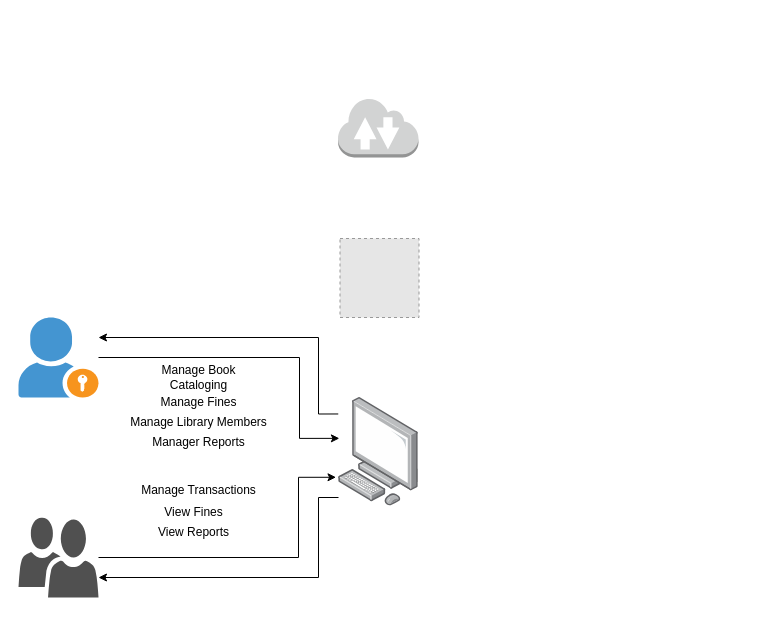
This is op.drawio from Jayrou12345/Flowchart, a draw.io file, before an edit. Source tidied: cells renumbered, new cells numbered last; positions are measured from the earlier drawing's top-left corner, leaving out a move shared by most shapes. Both pictures are drawn from the tidied source at 100%, with x=0, y=0 at pixel (18, 97). Pictures stored in the file or linked from it are replaced by grey dashed boxes.
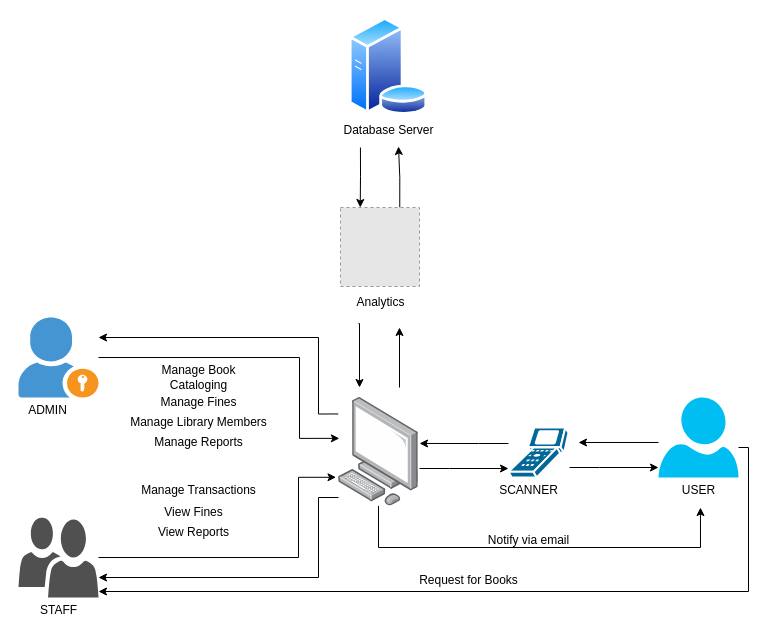
After the change.

The change refers to these unchanged cells:
```xml
<mxCell id="4" style="image;points=[];html=1;align=center;shadow=0;dashed=0;image=img/lib/allied_telesis/computer_and_terminals/Personal_Computer.svg;" parent="1" vertex="1">
  <mxGeometry x="320" y="300" width="80" height="108.4" as="geometry" />
</mxCell>
<mxCell id="11" style="sketch=0;shadow=0;dashed=0;html=1;strokeColor=none;labelPosition=center;verticalLabelPosition=bottom;verticalAlign=top;align=center;fillColor=#505050;shape=mxgraph.mscae.intune.user_group;" parent="1" vertex="1">
  <mxGeometry y="420" width="80" height="80" as="geometry" />
</mxCell>
```

Diff of the diagram source:
```diff
@@
-    <mxCell id="10" value="Manager Reports" style="text;html=1;align=center;verticalAlign=middle;strokeColor=none;fillColor=none;" parent="1" vertex="1">
-      <mxGeometry x="120" y="330" width="120" height="30" as="geometry" />
+    <mxCell id="10" value="Manage Reports" style="text;html=1;align=center;verticalAlign=middle;strokeColor=none;fillColor=none;" parent="1" vertex="1">
+      <mxGeometry x="125" y="330" width="110" height="30" as="geometry" />
     </mxCell>
@@
+    <mxCell id="18" style="edgeStyle=orthogonalEdgeStyle;rounded=0;orthogonalLoop=1;jettySize=auto;html=1;" parent="1" edge="1">
+      <mxGeometry relative="1" as="geometry">
+        <mxPoint x="340" y="226" as="sourcePoint" />
+        <mxPoint x="341" y="290" as="targetPoint" />
+        <Array as="points">
+          <mxPoint x="341" y="226" />
+        </Array>
+      </mxGeometry>
+    </mxCell>
+    <mxCell id="19" style="edgeStyle=orthogonalEdgeStyle;rounded=0;orthogonalLoop=1;jettySize=auto;html=1;exitX=0.75;exitY=1;exitDx=0;exitDy=0;" parent="1" edge="1">
+      <mxGeometry relative="1" as="geometry">
+        <mxPoint x="381" y="290" as="sourcePoint" />
+        <mxPoint x="381" y="230" as="targetPoint" />
+      </mxGeometry>
+    </mxCell>
+    <mxCell id="20" style="edgeStyle=orthogonalEdgeStyle;rounded=0;jettySize=auto;html=1;exitX=0.245;exitY=1.081;exitDx=0;exitDy=0;entryX=0.25;entryY=0;entryDx=0;entryDy=0;exitPerimeter=0;" parent="1" edge="1" source="36" target="16">
+      <mxGeometry relative="1" as="geometry" />
+    </mxCell>
+    <mxCell id="21" style="edgeStyle=orthogonalEdgeStyle;rounded=0;jettySize=auto;html=1;exitX=0.75;exitY=0;exitDx=0;exitDy=0;" parent="1" edge="1" source="16">
+      <mxGeometry relative="1" as="geometry">
+        <mxPoint x="380" y="49" as="targetPoint" />
+      </mxGeometry>
+    </mxCell>
     <mxCell id="16" style="fillColor=#E6E6E6;strokeColor=#999999;dashed=1;html=1;verticalAlign=top;verticalLabelPosition=bottom;labelBackgroundColor=#ffffff;" parent="1" vertex="1">
-      <mxGeometry x="321.5" y="141" width="79" height="79" as="geometry" />
+      <mxGeometry x="322" y="110" width="79" height="79" as="geometry" />
     </mxCell>
-    <mxCell id="17" style="dashed=0;verticalLabelPosition=bottom;verticalAlign=top;align=center;html=1;shape=mxgraph.aws3.internet_2;fillColor=#D2D3D3;gradientColor=none;" parent="1" vertex="1">
-      <mxGeometry x="319.5" width="80.5" height="60" as="geometry" />
-    </mxCell>
+    <mxCell id="22" style="shape=mxgraph.cisco.computers_and_peripherals.scanner;html=1;dashed=0;fillColor=#036897;strokeColor=#ffffff;strokeWidth=2;verticalLabelPosition=bottom;verticalAlign=top;align=center;outlineConnect=0;" parent="1" vertex="1">
+      <mxGeometry x="490" y="330" width="60" height="50" as="geometry" />
+    </mxCell>
+    <mxCell id="23" style="edgeStyle=orthogonalEdgeStyle;rounded=0;orthogonalLoop=1;jettySize=auto;html=1;" parent="1" edge="1">
+      <mxGeometry relative="1" as="geometry">
+        <mxPoint x="640" y="345" as="sourcePoint" />
+        <mxPoint x="560" y="345" as="targetPoint" />
+      </mxGeometry>
+    </mxCell>
+    <mxCell id="24" style="verticalLabelPosition=bottom;html=1;verticalAlign=top;align=center;strokeColor=none;fillColor=#00BEF2;shape=mxgraph.azure.user;" parent="1" vertex="1">
+      <mxGeometry x="640" y="300" width="80" height="80" as="geometry" />
+    </mxCell>
+    <mxCell id="25" value="ADMIN" style="text;html=1;align=center;verticalAlign=middle;strokeColor=none;fillColor=none;" parent="1" vertex="1">
+      <mxGeometry x="-1" y="298" width="60" height="30" as="geometry" />
+    </mxCell>
+    <mxCell id="26" value="STAFF" style="text;html=1;align=center;verticalAlign=middle;strokeColor=none;fillColor=none;" parent="1" vertex="1">
+      <mxGeometry x="10" y="498" width="60" height="30" as="geometry" />
+    </mxCell>
+    <mxCell id="27" value="SCANNER&lt;br&gt;" style="text;html=1;align=center;verticalAlign=middle;strokeColor=none;fillColor=none;" parent="1" vertex="1">
+      <mxGeometry x="470" y="378" width="80" height="30" as="geometry" />
+    </mxCell>
+    <mxCell id="28" value="USER" style="text;html=1;align=center;verticalAlign=middle;points=[];strokeColor=none;fillColor=none;" parent="1" vertex="1">
+      <mxGeometry x="650" y="378" width="60" height="30" as="geometry" />
+    </mxCell>
+    <mxCell id="29" style="edgeStyle=orthogonalEdgeStyle;rounded=0;jettySize=auto;html=1;entryX=1.013;entryY=0.424;entryDx=0;entryDy=0;entryPerimeter=0;" parent="1" edge="1" source="22" target="4">
+      <mxGeometry relative="1" as="geometry">
+        <Array as="points">
+          <mxPoint x="460" y="346" />
+          <mxPoint x="460" y="346" />
+        </Array>
+      </mxGeometry>
+    </mxCell>
+    <mxCell id="30" style="edgeStyle=orthogonalEdgeStyle;rounded=0;orthogonalLoop=1;jettySize=auto;html=1;entryX=1.013;entryY=0.424;entryDx=0;entryDy=0;entryPerimeter=0;" parent="1" edge="1">
+      <mxGeometry relative="1" as="geometry">
+        <mxPoint x="401" y="371" as="sourcePoint" />
+        <mxPoint x="490" y="371" as="targetPoint" />
+        <Array as="points">
+          <mxPoint x="431" y="371" />
+          <mxPoint x="431" y="371" />
+        </Array>
+      </mxGeometry>
+    </mxCell>
+    <mxCell id="31" style="edgeStyle=orthogonalEdgeStyle;rounded=0;orthogonalLoop=1;jettySize=auto;html=1;entryX=1.013;entryY=0.424;entryDx=0;entryDy=0;entryPerimeter=0;" parent="1" edge="1">
+      <mxGeometry relative="1" as="geometry">
+        <mxPoint x="551" y="370" as="sourcePoint" />
+        <mxPoint x="640" y="370" as="targetPoint" />
+        <Array as="points">
+          <mxPoint x="581" y="370" />
+          <mxPoint x="581" y="370" />
+        </Array>
+      </mxGeometry>
+    </mxCell>
+    <mxCell id="32" style="edgeStyle=orthogonalEdgeStyle;rounded=0;jettySize=auto;html=1;entryX=1;entryY=0.925;entryDx=0;entryDy=0;entryPerimeter=0;" parent="1" edge="1" target="11">
+      <mxGeometry relative="1" as="geometry">
+        <mxPoint x="720" y="350" as="sourcePoint" />
+        <Array as="points">
+          <mxPoint x="730" y="494" />
+        </Array>
+      </mxGeometry>
+    </mxCell>
+    <mxCell id="33" value="Request for Books" style="text;html=1;align=center;verticalAlign=middle;strokeColor=none;fillColor=none;" parent="1" vertex="1">
+      <mxGeometry x="390" y="468" width="120" height="30" as="geometry" />
+    </mxCell>
+    <mxCell id="34" style="image;perimeter=ellipsePerimeter;html=1;align=center;shadow=0;dashed=0;spacingTop=3;image=img/lib/active_directory/database_server.svg;" parent="1" vertex="1">
+      <mxGeometry x="330" y="-80" width="80" height="97.6" as="geometry" />
+    </mxCell>
+    <mxCell id="35" value="Analytics" style="text;html=1;align=center;verticalAlign=middle;strokeColor=none;fillColor=none;" parent="1" vertex="1">
+      <mxGeometry x="326.5" y="190" width="70" height="30" as="geometry" />
+    </mxCell>
+    <mxCell id="36" value="Database Server" style="text;html=1;align=center;verticalAlign=middle;points=[];strokeColor=none;fillColor=none;" parent="1" vertex="1">
+      <mxGeometry x="315" y="17.6" width="110" height="30" as="geometry" />
+    </mxCell>
+    <mxCell id="37" style="edgeStyle=orthogonalEdgeStyle;rounded=0;jettySize=auto;html=1;entryX=0.533;entryY=1.067;entryDx=0;entryDy=0;entryPerimeter=0;" parent="1" edge="1" source="4" target="28">
+      <mxGeometry relative="1" as="geometry">
+        <Array as="points">
+          <mxPoint x="360" y="450" />
+          <mxPoint x="682" y="450" />
+        </Array>
+      </mxGeometry>
+    </mxCell>
+    <mxCell id="38" value="Notify via email" style="text;html=1;align=center;verticalAlign=middle;strokeColor=none;fillColor=none;" parent="1" vertex="1">
+      <mxGeometry x="460" y="428" width="100" height="30" as="geometry" />
+    </mxCell>
```
